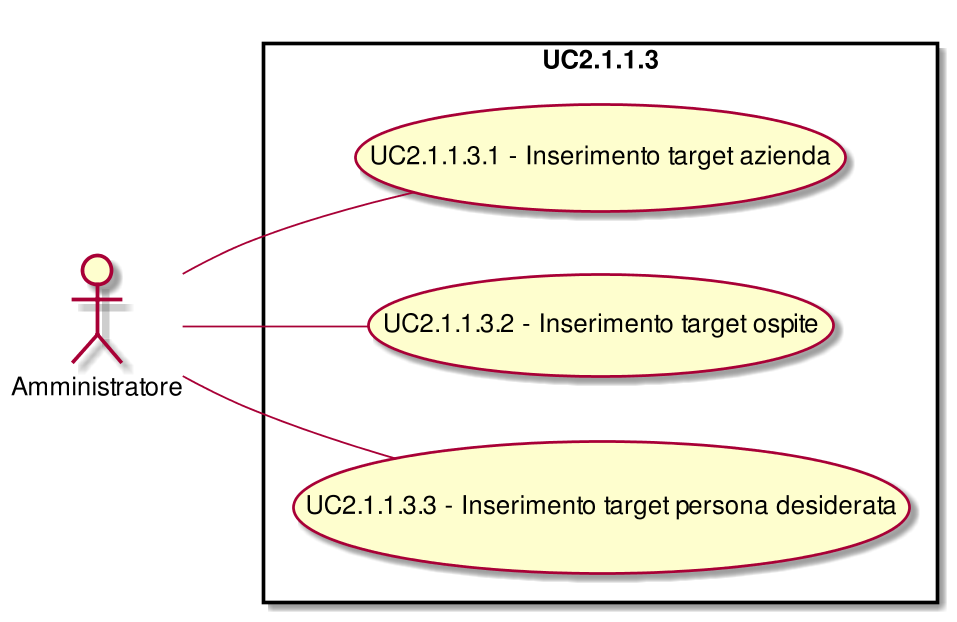
CoCodeSWE/Docs keeps this PlantUML diagram as RR/Esterni/AnalisiDeiRequisiti/images/UseCaseUC2113.png. Above is the earlier version. Source of this version:
```plantuml
@startuml
scale 1000*1000
left to right direction
skinparam packageStyle rect
:Amministratore:
rectangle UC2.1.1.3{
( UC2.1.1.3.1 - Inserimento target azienda ) as (UC2.1.1.3.1)
:Amministratore:--(UC2.1.1.3.1)
( UC2.1.1.3.2 - Inserimento target ospite ) as (UC2.1.1.3.2)
:Amministratore:--(UC2.1.1.3.2)
( UC2.1.1.3.3 - Inserimento target persona desiderata ) as (UC2.1.1.3.3)
:Amministratore:--(UC2.1.1.3.3)
}
@enduml
```
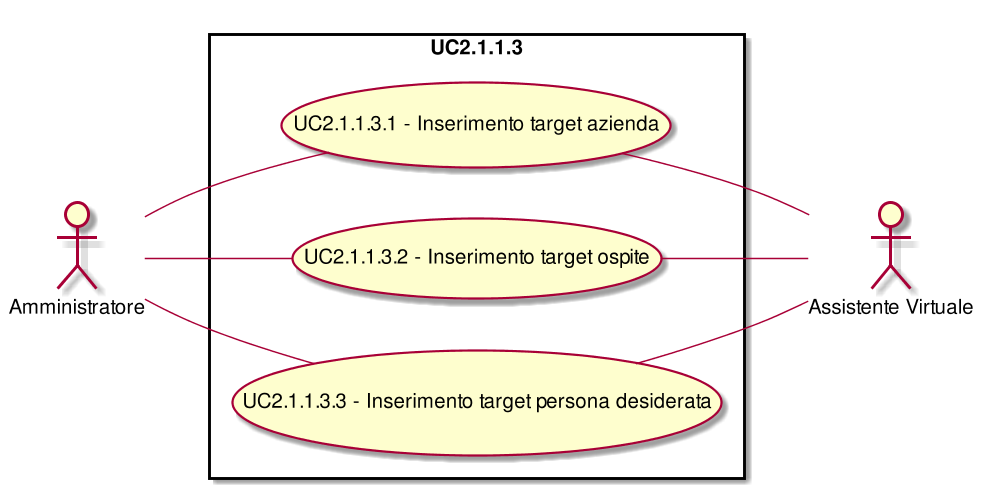
Above is the later version.

The edit, as a diff of the source:
```diff
@@ -3,12 +3,19 @@
 left to right direction
 skinparam packageStyle rect
 :Amministratore:
+:Assistente Virtuale:
 rectangle UC2.1.1.3{
 ( UC2.1.1.3.1 - Inserimento target azienda ) as (UC2.1.1.3.1)
 :Amministratore:--(UC2.1.1.3.1)
+( UC2.1.1.3.1 - Inserimento target azienda ) as (UC2.1.1.3.1)
+(UC2.1.1.3.1)--:Assistente Virtuale:
 ( UC2.1.1.3.2 - Inserimento target ospite ) as (UC2.1.1.3.2)
 :Amministratore:--(UC2.1.1.3.2)
+( UC2.1.1.3.2 - Inserimento target ospite ) as (UC2.1.1.3.2)
+(UC2.1.1.3.2)--:Assistente Virtuale:
 ( UC2.1.1.3.3 - Inserimento target persona desiderata ) as (UC2.1.1.3.3)
 :Amministratore:--(UC2.1.1.3.3)
+( UC2.1.1.3.3 - Inserimento target persona desiderata ) as (UC2.1.1.3.3)
+(UC2.1.1.3.3)--:Assistente Virtuale:
 }
 @enduml
```
